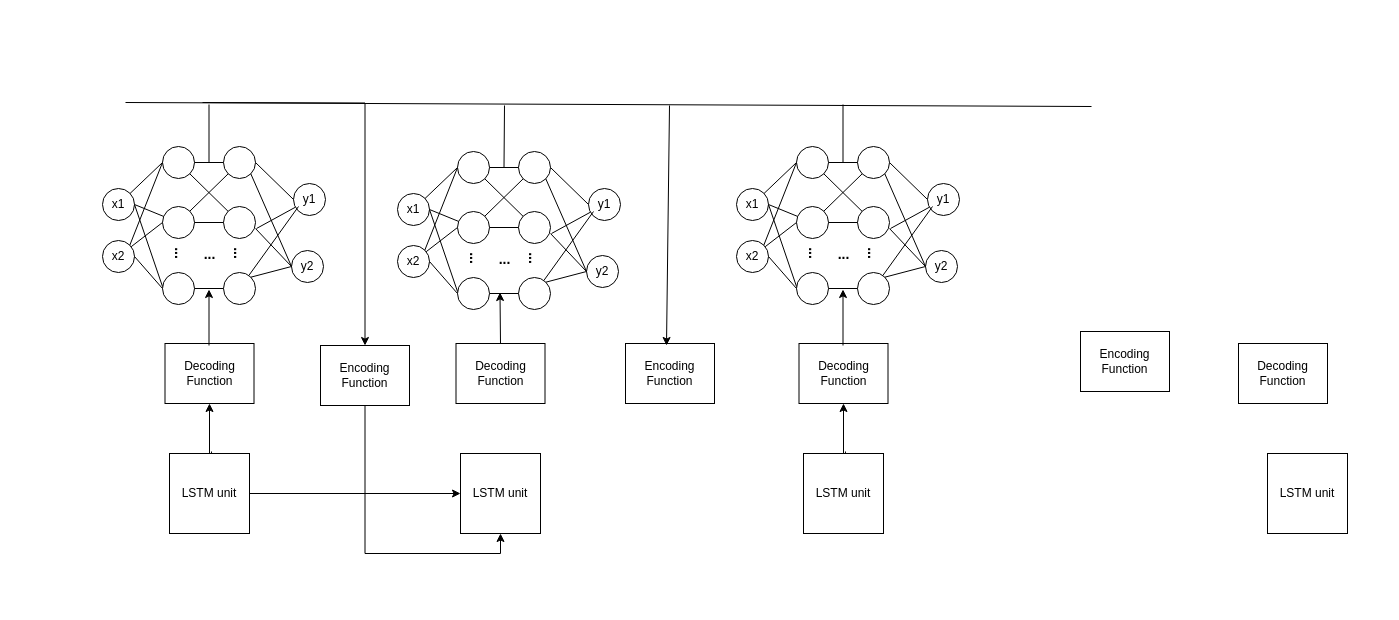
Above: 未命名绘图.drawio in lilang0710/ll (draw.io), before the change. Source tidied: cells renumbered, new cells numbered last; positions are measured from the earlier drawing's top-left corner, leaving out a move shared by most shapes. Both pictures are drawn from the tidied source at 100%, with x=0, y=0 at pixel (102, 102).
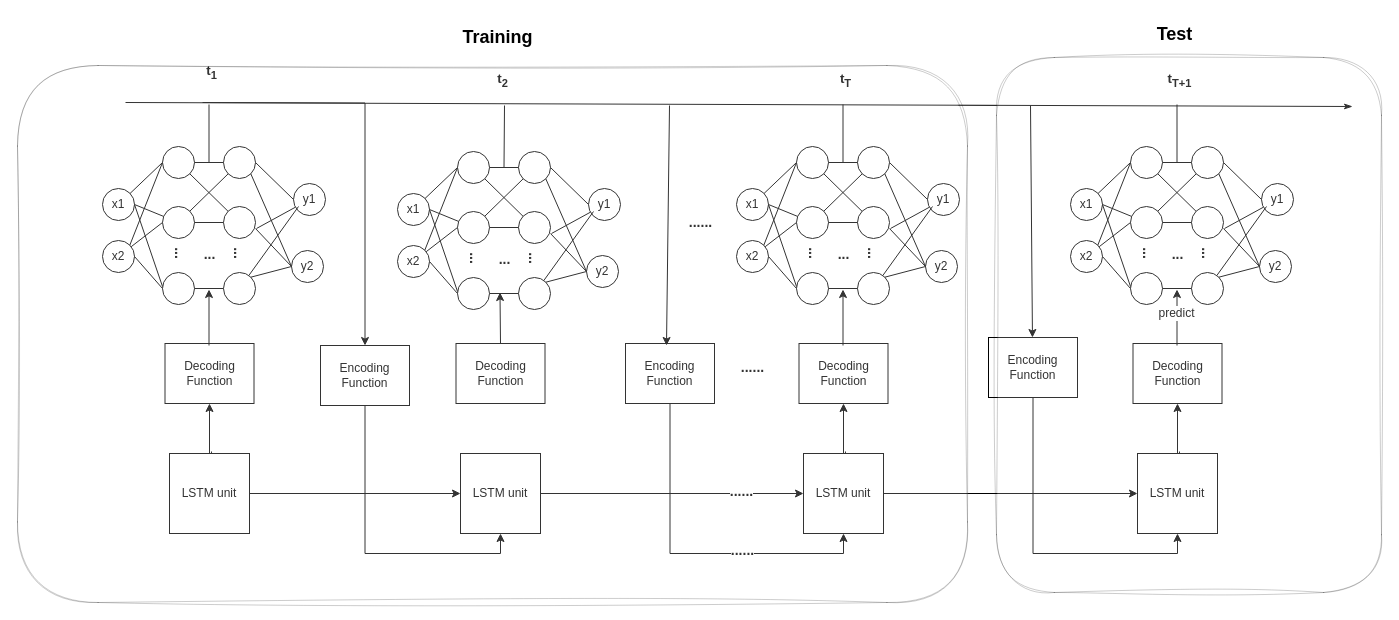
The same page after the edit.

Commit message (it also covers changes not shown here):
更新未命名绘图.drawio

Unchanged cells that the change refers to:
```xml
<mxCell id="2" value="LSTM unit" style="whiteSpace=wrap;html=1;" parent="1" vertex="1">
  <mxGeometry x="358" y="351" width="80" height="80" as="geometry" />
</mxCell>
<mxCell id="9" value="Encoding Function" style="rounded=0;whiteSpace=wrap;html=1;" parent="1" vertex="1">
  <mxGeometry x="523" y="241" width="89" height="60" as="geometry" />
</mxCell>
<mxCell id="117" value="LSTM unit" style="whiteSpace=wrap;html=1;" parent="1" vertex="1">
  <mxGeometry x="701" y="351" width="80" height="80" as="geometry" />
</mxCell>
```

What changed in the source:
```diff
@@
+    <mxCell id="118" style="edgeStyle=orthogonalEdgeStyle;rounded=0;jettySize=auto;html=1;exitX=1;exitY=0.5;exitDx=0;exitDy=0;entryX=0;entryY=0.5;entryDx=0;entryDy=0;" parent="1" edge="1" source="2" target="117">
+      <mxGeometry relative="1" as="geometry" />
+    </mxCell>
+    <mxCell id="119" value="&#10;&lt;font size=&quot;1&quot;&gt;&lt;b style=&quot;font-size: 14px;&quot;&gt;...&lt;/b&gt;&lt;/font&gt;&lt;font size=&quot;1&quot;&gt;&lt;b style=&quot;font-size: 14px;&quot;&gt;...&lt;/b&gt;&lt;/font&gt;&#10;&#10;" style="edgeLabel;html=1;align=center;verticalAlign=middle;" parent="118" vertex="1">
+      <mxGeometry x="0.37" relative="1" as="geometry">
+        <mxPoint x="20" y="3" as="offset" />
+      </mxGeometry>
+    </mxCell>
@@
-    <mxCell id="3" value="LSTM unit" style="whiteSpace=wrap;html=1;" parent="1" vertex="1">
-      <mxGeometry x="1165" y="351" width="80" height="80" as="geometry" />
-    </mxCell>
@@
-    <mxCell id="6" value="Decoding Function" style="rounded=0;whiteSpace=wrap;html=1;" parent="1" vertex="1">
-      <mxGeometry x="1136" y="241" width="89" height="60" as="geometry" />
-    </mxCell>
@@
+    <mxCell id="120" style="edgeStyle=orthogonalEdgeStyle;rounded=0;jettySize=auto;html=1;exitX=0.5;exitY=1;exitDx=0;exitDy=0;entryX=0.5;entryY=1;entryDx=0;entryDy=0;" parent="1" edge="1" source="9" target="117">
+      <mxGeometry relative="1" as="geometry" />
+    </mxCell>
+    <mxCell id="121" value="&lt;font size=&quot;1&quot;&gt;&lt;b style=&quot;font-size: 14px;&quot;&gt;...&lt;/b&gt;&lt;/font&gt;&lt;font size=&quot;1&quot;&gt;&lt;b style=&quot;font-size: 14px;&quot;&gt;...&lt;/b&gt;&lt;/font&gt;" style="edgeLabel;html=1;align=center;verticalAlign=middle;" parent="120" vertex="1">
+      <mxGeometry x="0.25" y="-3" relative="1" as="geometry">
+        <mxPoint x="7" y="-7" as="offset" />
+      </mxGeometry>
+    </mxCell>
@@
+    <mxCell id="122" style="edgeStyle=orthogonalEdgeStyle;rounded=0;jettySize=auto;html=1;exitX=0.5;exitY=1;exitDx=0;exitDy=0;entryX=0.5;entryY=1;entryDx=0;entryDy=0;" parent="1" edge="1" source="10" target="3">
+      <mxGeometry relative="1" as="geometry" />
+    </mxCell>
     <mxCell id="10" value="Encoding Function" style="rounded=0;whiteSpace=wrap;html=1;" parent="1" vertex="1">
-      <mxGeometry x="978" y="229" width="89" height="60" as="geometry" />
+      <mxGeometry x="886" y="235" width="89" height="60" as="geometry" />
     </mxCell>
@@
-    <mxCell id="46" style="rounded=0;orthogonalLoop=1;jettySize=auto;html=1;endArrow=none;endFill=0;" parent="1" edge="1">
+    <mxCell id="46" style="rounded=0;orthogonalLoop=1;jettySize=auto;html=1;endArrow=none;endFill=0;startArrow=classicThin;startFill=1;" parent="1" edge="1">
       <mxGeometry relative="1" as="geometry">
-        <mxPoint x="989" y="4" as="sourcePoint" />
+        <mxPoint x="1250" y="4" as="sourcePoint" />
         <mxPoint x="23" as="targetPoint" />
       </mxGeometry>
     </mxCell>
@@
+    <mxCell id="123" style="edgeStyle=orthogonalEdgeStyle;rounded=0;jettySize=auto;html=1;exitX=1;exitY=0.5;exitDx=0;exitDy=0;" parent="1" edge="1" source="117" target="3">
+      <mxGeometry relative="1" as="geometry" />
+    </mxCell>
@@
+    <mxCell id="6" value="Decoding Function" style="rounded=0;whiteSpace=wrap;html=1;" parent="1" vertex="1">
+      <mxGeometry x="1030.5" y="241" width="89" height="60" as="geometry" />
+    </mxCell>
+    <mxCell id="124" value="x1" style="ellipse;whiteSpace=wrap;html=1;" parent="1" vertex="1">
+      <mxGeometry x="968" y="86" width="32" height="32" as="geometry" />
+    </mxCell>
+    <mxCell id="125" value="x2" style="ellipse;whiteSpace=wrap;html=1;" parent="1" vertex="1">
+      <mxGeometry x="968" y="138" width="32" height="32" as="geometry" />
+    </mxCell>
+    <mxCell id="126" style="rounded=0;jettySize=auto;html=1;exitX=0;exitY=0.5;exitDx=0;exitDy=0;endArrow=none;endFill=0;" parent="1" edge="1" source="127" target="124">
+      <mxGeometry relative="1" as="geometry" />
+    </mxCell>
+    <mxCell id="127" style="ellipse;whiteSpace=wrap;html=1;" parent="1" vertex="1">
+      <mxGeometry x="1028" y="44" width="32" height="32" as="geometry" />
+    </mxCell>
+    <mxCell id="128" style="ellipse;whiteSpace=wrap;html=1;" parent="1" vertex="1">
+      <mxGeometry x="1028" y="104" width="32" height="32" as="geometry" />
+    </mxCell>
+    <mxCell id="129" style="ellipse;whiteSpace=wrap;html=1;" parent="1" vertex="1">
+      <mxGeometry x="1028" y="170" width="32" height="32" as="geometry" />
+    </mxCell>
+    <mxCell id="130" style="ellipse;whiteSpace=wrap;html=1;" parent="1" vertex="1">
+      <mxGeometry x="1089" y="44" width="32" height="32" as="geometry" />
+    </mxCell>
+    <mxCell id="131" style="ellipse;whiteSpace=wrap;html=1;" parent="1" vertex="1">
+      <mxGeometry x="1089" y="104" width="32" height="32" as="geometry" />
+    </mxCell>
+    <mxCell id="132" style="ellipse;whiteSpace=wrap;html=1;" parent="1" vertex="1">
+      <mxGeometry x="1089" y="170" width="32" height="32" as="geometry" />
+    </mxCell>
+    <mxCell id="133" value="y1" style="ellipse;whiteSpace=wrap;html=1;" parent="1" vertex="1">
+      <mxGeometry x="1159" y="81" width="32" height="32" as="geometry" />
+    </mxCell>
+    <mxCell id="134" value="y2" style="ellipse;whiteSpace=wrap;html=1;" parent="1" vertex="1">
+      <mxGeometry x="1157" y="148" width="32" height="32" as="geometry" />
+    </mxCell>
+    <mxCell id="135" style="rounded=0;jettySize=auto;html=1;endArrow=none;endFill=0;entryX=1;entryY=0.5;entryDx=0;entryDy=0;" parent="1" edge="1" source="128" target="124">
+      <mxGeometry relative="1" as="geometry" />
+    </mxCell>
+    <mxCell id="136" style="rounded=0;jettySize=auto;html=1;exitX=0;exitY=0.438;exitDx=0;exitDy=0;endArrow=none;endFill=0;entryX=1;entryY=0.5;entryDx=0;entryDy=0;exitPerimeter=0;" parent="1" edge="1" source="129" target="124">
+      <mxGeometry relative="1" as="geometry" />
+    </mxCell>
+    <mxCell id="137" style="rounded=0;jettySize=auto;html=1;exitX=0;exitY=0.5;exitDx=0;exitDy=0;endArrow=none;endFill=0;entryX=1;entryY=0;entryDx=0;entryDy=0;" parent="1" edge="1" source="127" target="125">
+      <mxGeometry relative="1" as="geometry" />
+    </mxCell>
+    <mxCell id="138" style="rounded=0;jettySize=auto;html=1;endArrow=none;endFill=0;exitX=0;exitY=0.5;exitDx=0;exitDy=0;" parent="1" edge="1" source="128" target="125">
+      <mxGeometry relative="1" as="geometry" />
+    </mxCell>
+    <mxCell id="139" style="rounded=0;jettySize=auto;html=1;exitX=0;exitY=0.5;exitDx=0;exitDy=0;endArrow=none;endFill=0;entryX=1;entryY=0.5;entryDx=0;entryDy=0;" parent="1" edge="1" source="129" target="125">
+      <mxGeometry relative="1" as="geometry" />
+    </mxCell>
+    <mxCell id="140" style="rounded=0;jettySize=auto;html=1;endArrow=none;endFill=0;" parent="1" edge="1" source="127" target="130">
+      <mxGeometry relative="1" as="geometry" />
+    </mxCell>
+    <mxCell id="141" style="rounded=0;jettySize=auto;html=1;exitX=1;exitY=1;exitDx=0;exitDy=0;endArrow=none;endFill=0;" parent="1" edge="1" source="127" target="131">
+      <mxGeometry relative="1" as="geometry" />
+    </mxCell>
+    <mxCell id="142" style="rounded=0;jettySize=auto;html=1;exitX=0;exitY=1;exitDx=0;exitDy=0;endArrow=none;endFill=0;entryX=1;entryY=0;entryDx=0;entryDy=0;" parent="1" edge="1" source="130" target="128">
+      <mxGeometry relative="1" as="geometry" />
+    </mxCell>
+    <mxCell id="143" style="rounded=0;jettySize=auto;html=1;endArrow=none;endFill=0;" parent="1" edge="1" source="131" target="128">
+      <mxGeometry relative="1" as="geometry" />
+    </mxCell>
+    <mxCell id="144" style="rounded=0;jettySize=auto;html=1;exitX=0;exitY=0.5;exitDx=0;exitDy=0;endArrow=none;endFill=0;entryX=1;entryY=0.5;entryDx=0;entryDy=0;" parent="1" edge="1" source="132" target="129">
+      <mxGeometry relative="1" as="geometry" />
+    </mxCell>
+    <mxCell id="145" style="rounded=0;jettySize=auto;html=1;endArrow=none;endFill=0;" parent="1" edge="1" target="133">
+      <mxGeometry relative="1" as="geometry">
+        <mxPoint x="1122" y="126" as="sourcePoint" />
+      </mxGeometry>
+    </mxCell>
+    <mxCell id="146" style="rounded=0;jettySize=auto;html=1;exitX=1;exitY=0.5;exitDx=0;exitDy=0;endArrow=none;endFill=0;entryX=0;entryY=0.5;entryDx=0;entryDy=0;" parent="1" edge="1" source="130" target="133">
+      <mxGeometry relative="1" as="geometry" />
+    </mxCell>
+    <mxCell id="147" style="rounded=0;jettySize=auto;html=1;endArrow=none;endFill=0;" parent="1" edge="1" target="132">
+      <mxGeometry relative="1" as="geometry">
+        <mxPoint x="1164" y="104" as="sourcePoint" />
+      </mxGeometry>
+    </mxCell>
+    <mxCell id="148" style="rounded=0;jettySize=auto;html=1;endArrow=none;endFill=0;entryX=1;entryY=1;entryDx=0;entryDy=0;exitX=0;exitY=0.5;exitDx=0;exitDy=0;" parent="1" edge="1" source="134" target="130">
+      <mxGeometry relative="1" as="geometry" />
+    </mxCell>
+    <mxCell id="149" style="rounded=0;jettySize=auto;html=1;exitX=0;exitY=0.5;exitDx=0;exitDy=0;endArrow=none;endFill=0;entryX=1;entryY=0.688;entryDx=0;entryDy=0;entryPerimeter=0;" parent="1" edge="1" source="134" target="131">
+      <mxGeometry relative="1" as="geometry" />
+    </mxCell>
+    <mxCell id="150" style="rounded=0;jettySize=auto;html=1;exitX=0;exitY=0.5;exitDx=0;exitDy=0;endArrow=none;endFill=0;entryX=1;entryY=0;entryDx=0;entryDy=0;" parent="1" edge="1" source="134" target="132">
+      <mxGeometry relative="1" as="geometry" />
+    </mxCell>
+    <mxCell id="151" value="&lt;b&gt;&lt;font style=&quot;font-size: 14px;&quot;&gt;...&lt;/font&gt;&lt;/b&gt;" style="text;html=1;align=center;verticalAlign=middle;strokeColor=none;fillColor=none;rotation=90;" parent="1" vertex="1">
+      <mxGeometry x="1031" y="136" width="30" height="29" as="geometry" />
+    </mxCell>
+    <mxCell id="152" value="&lt;font size=&quot;1&quot;&gt;&lt;b style=&quot;font-size: 14px;&quot;&gt;...&lt;/b&gt;&lt;/font&gt;" style="text;html=1;align=center;verticalAlign=middle;strokeColor=none;fillColor=none;rotation=90;" parent="1" vertex="1">
+      <mxGeometry x="1090" y="136" width="30" height="29" as="geometry" />
+    </mxCell>
+    <mxCell id="153" value="&lt;font size=&quot;1&quot;&gt;&lt;b style=&quot;font-size: 14px;&quot;&gt;...&lt;/b&gt;&lt;/font&gt;" style="text;html=1;align=center;verticalAlign=middle;strokeColor=none;fillColor=none;" parent="1" vertex="1">
+      <mxGeometry x="1060" y="137" width="30" height="29" as="geometry" />
+    </mxCell>
+    <mxCell id="154" style="rounded=0;orthogonalLoop=1;jettySize=auto;html=1;exitX=0.421;exitY=-0.017;exitDx=0;exitDy=0;endArrow=classic;endFill=1;exitPerimeter=0;" parent="1" edge="1">
+      <mxGeometry relative="1" as="geometry">
+        <mxPoint x="1074.5" y="243" as="sourcePoint" />
+        <mxPoint x="1074.5" y="187" as="targetPoint" />
+      </mxGeometry>
+    </mxCell>
+    <mxCell id="155" value="&lt;font style=&quot;font-size: 12px;&quot;&gt;predict&lt;/font&gt;" style="edgeLabel;html=1;align=center;verticalAlign=middle;" parent="154" vertex="1">
+      <mxGeometry x="0.18" y="1" relative="1" as="geometry" />
+    </mxCell>
+    <mxCell id="156" style="rounded=0;orthogonalLoop=1;jettySize=auto;html=1;endArrow=none;endFill=0;" parent="1" edge="1">
+      <mxGeometry relative="1" as="geometry">
+        <mxPoint x="1074.5" y="60" as="sourcePoint" />
+        <mxPoint x="1074.5" y="2" as="targetPoint" />
+      </mxGeometry>
+    </mxCell>
+    <mxCell id="157" style="rounded=0;jettySize=auto;html=1;endArrow=classic;endFill=1;entryX=0.5;entryY=1;entryDx=0;entryDy=0;" parent="1" edge="1" source="3" target="6">
+      <mxGeometry relative="1" as="geometry" />
+    </mxCell>
+    <mxCell id="158" style="rounded=0;jettySize=auto;html=1;endArrow=none;endFill=0;entryX=0.5;entryY=1;entryDx=0;entryDy=0;" parent="1" edge="1" target="3">
+      <mxGeometry relative="1" as="geometry">
+        <mxPoint x="1077" y="349" as="sourcePoint" />
+      </mxGeometry>
+    </mxCell>
+    <mxCell id="3" value="LSTM unit" style="whiteSpace=wrap;html=1;" parent="1" vertex="1">
+      <mxGeometry x="1035" y="351" width="80" height="80" as="geometry" />
+    </mxCell>
+    <mxCell id="159" style="rounded=0;jettySize=auto;html=1;endArrow=classic;endFill=1;entryX=0.494;entryY=0;entryDx=0;entryDy=0;entryPerimeter=0;" parent="1" edge="1" target="10">
+      <mxGeometry relative="1" as="geometry">
+        <mxPoint x="928" y="3" as="sourcePoint" />
+      </mxGeometry>
+    </mxCell>
+    <mxCell id="160" value="&lt;b&gt;&lt;font style=&quot;font-size: 16px;&quot;&gt;&lt;sup&gt;t&lt;sub&gt;1&lt;/sub&gt;&lt;/sup&gt;&lt;/font&gt;&lt;/b&gt;" style="text;html=1;align=center;verticalAlign=middle;strokeColor=none;fillColor=none;" parent="1" vertex="1">
+      <mxGeometry x="94.5" y="-45" width="29" height="34" as="geometry" />
+    </mxCell>
+    <mxCell id="161" value="&lt;b&gt;&lt;font style=&quot;font-size: 16px;&quot;&gt;&lt;sup&gt;t&lt;sub&gt;2&lt;/sub&gt;&lt;/sup&gt;&lt;/font&gt;&lt;/b&gt;" style="text;html=1;align=center;verticalAlign=middle;strokeColor=none;fillColor=none;" parent="1" vertex="1">
+      <mxGeometry x="385.5" y="-37" width="29" height="34" as="geometry" />
+    </mxCell>
+    <mxCell id="162" value="&lt;b&gt;&lt;font style=&quot;font-size: 16px;&quot;&gt;&lt;sup&gt;t&lt;sub&gt;T+1&lt;/sub&gt;&lt;/sup&gt;&lt;/font&gt;&lt;/b&gt;" style="text;html=1;align=center;verticalAlign=middle;strokeColor=none;fillColor=none;" parent="1" vertex="1">
+      <mxGeometry x="1056" y="-37" width="42" height="34" as="geometry" />
+    </mxCell>
+    <mxCell id="163" value="&lt;b&gt;&lt;font style=&quot;font-size: 16px;&quot;&gt;&lt;sup&gt;t&lt;sub&gt;T&lt;/sub&gt;&lt;/sup&gt;&lt;/font&gt;&lt;/b&gt;" style="text;html=1;align=center;verticalAlign=middle;strokeColor=none;fillColor=none;" parent="1" vertex="1">
+      <mxGeometry x="728" y="-37" width="29" height="34" as="geometry" />
+    </mxCell>
+    <mxCell id="164" value="&lt;font size=&quot;1&quot;&gt;&lt;b style=&quot;font-size: 14px;&quot;&gt;...&lt;/b&gt;&lt;/font&gt;&lt;font size=&quot;1&quot;&gt;&lt;b style=&quot;font-size: 14px;&quot;&gt;...&lt;/b&gt;&lt;/font&gt;" style="text;html=1;align=center;verticalAlign=middle;strokeColor=none;fillColor=none;" parent="1" vertex="1">
+      <mxGeometry x="577" y="105.5" width="41" height="29" as="geometry" />
+    </mxCell>
+    <mxCell id="165" value="&lt;font size=&quot;1&quot;&gt;&lt;b style=&quot;font-size: 14px;&quot;&gt;...&lt;/b&gt;&lt;/font&gt;&lt;font size=&quot;1&quot;&gt;&lt;b style=&quot;font-size: 14px;&quot;&gt;...&lt;/b&gt;&lt;/font&gt;" style="text;html=1;align=center;verticalAlign=middle;strokeColor=none;fillColor=none;" parent="1" vertex="1">
+      <mxGeometry x="629.5" y="250.5" width="41" height="29" as="geometry" />
+    </mxCell>
+    <mxCell id="166" style="rounded=1;whiteSpace=wrap;html=1;sketch=1;curveFitting=1;jiggle=2;shadow=0;opacity=20;" parent="1" vertex="1">
+      <mxGeometry x="-85" y="-37" width="950" height="537" as="geometry" />
+    </mxCell>
+    <mxCell id="167" style="rounded=1;whiteSpace=wrap;html=1;sketch=1;curveFitting=1;jiggle=2;shadow=0;opacity=20;" parent="1" vertex="1">
+      <mxGeometry x="894" y="-45" width="385" height="535" as="geometry" />
+    </mxCell>
+    <mxCell id="168" value="&lt;font size=&quot;1&quot;&gt;&lt;b&gt;&lt;font style=&quot;font-size: 18px;&quot;&gt;Training&lt;/font&gt;&lt;/b&gt;&lt;/font&gt;" style="text;html=1;align=center;verticalAlign=middle;strokeColor=none;fillColor=none;" parent="1" vertex="1">
+      <mxGeometry x="351" y="-82" width="88" height="34" as="geometry" />
+    </mxCell>
+    <mxCell id="169" value="&lt;font size=&quot;1&quot;&gt;&lt;b&gt;&lt;font style=&quot;font-size: 18px;&quot;&gt;Test&lt;/font&gt;&lt;/b&gt;&lt;/font&gt;" style="text;html=1;align=center;verticalAlign=middle;strokeColor=none;fillColor=none;" parent="1" vertex="1">
+      <mxGeometry x="1045" y="-85" width="54" height="34" as="geometry" />
+    </mxCell>
```
